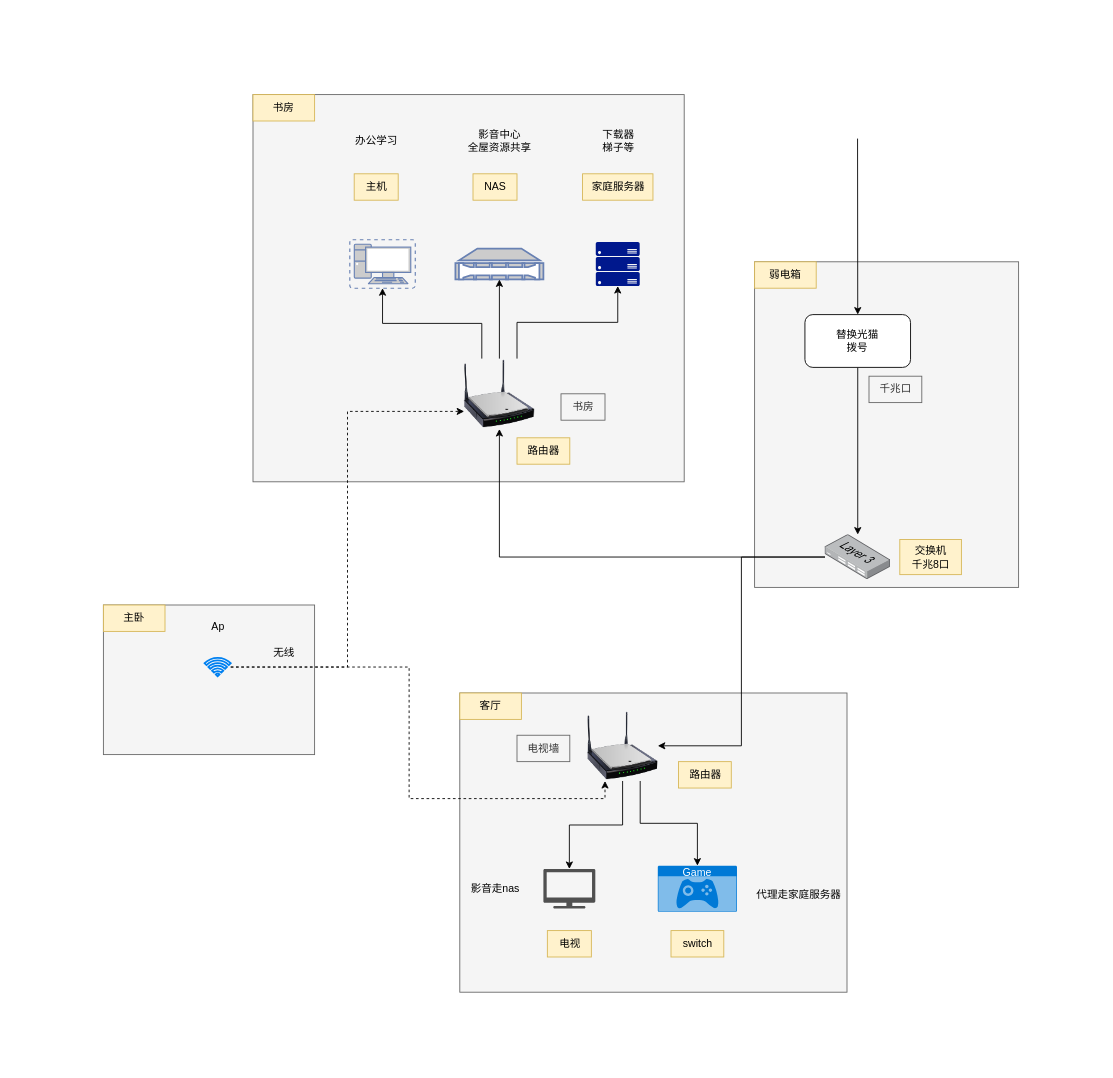
The draw.io diagram page "第 2 页" (2 of 2) of live.drawio in lovercode/drawio, before the edit. Source tidied: cells renumbered, new cells numbered last; positions are measured from the earlier drawing's top-left corner, leaving out a move shared by most shapes. Both pictures are drawn from the tidied source at 88%, with x=0, y=0 at pixel (103, 94).
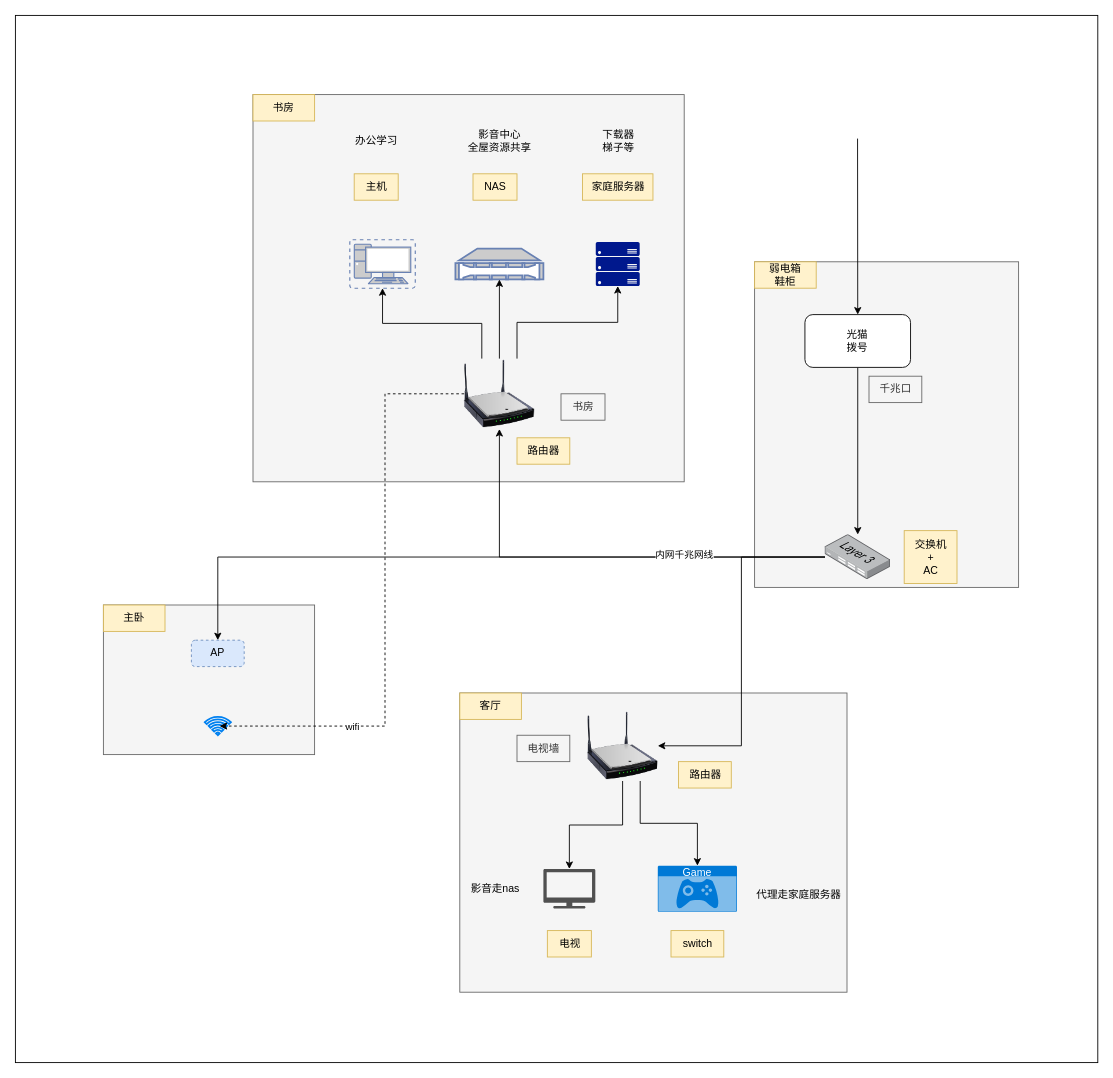
After the change.

Unchanged cells that the change refers to:
```xml
<mxCell id="8" style="image;points=[];html=1;align=center;shadow=0;dashed=0;image=img/lib/allied_telesis/switch/Switch_24_port_L3.svg;" parent="1" vertex="1">
  <mxGeometry x="820" y="500" width="74.4" height="51" as="geometry" />
</mxCell>
<mxCell id="12" style="image;html=1;image=img/lib/clip_art/networking/Wireless_Router_N_128x128.png;" parent="1" vertex="1">
  <mxGeometry x="550" y="700" width="80" height="80" as="geometry" />
</mxCell>
<mxCell id="18" style="image;html=1;image=img/lib/clip_art/networking/Wireless_Router_N_128x128.png;" parent="1" vertex="1">
  <mxGeometry x="410" y="300" width="80" height="80" as="geometry" />
</mxCell>
```

What changed in the source:
```diff
@@
+    <mxCell id="49" style="rounded=0;whiteSpace=wrap;html=1;" parent="1" vertex="1">
+      <mxGeometry x="-100" y="-90" width="1230" height="1190" as="geometry" />
+    </mxCell>
@@
+    <mxCell id="50" style="edgeStyle=orthogonalEdgeStyle;rounded=0;jettySize=auto;html=1;entryX=0.5;entryY=0;entryDx=0;entryDy=0;" parent="1" edge="1" source="8" target="54">
+      <mxGeometry relative="1" as="geometry" />
+    </mxCell>
+    <mxCell id="51" value="内网千兆网线" style="edgeLabel;html=1;align=center;verticalAlign=middle;" parent="50" vertex="1">
+      <mxGeometry x="-0.59" y="-3" relative="1" as="geometry" />
+    </mxCell>
@@
-    <mxCell id="9" value="交换机&lt;div&gt;千兆8口&lt;/div&gt;" style="text;html=1;align=center;verticalAlign=middle;strokeColor=#d6b656;fillColor=#fff2cc;" parent="1" vertex="1">
-      <mxGeometry x="905" y="505.5" width="70" height="40" as="geometry" />
+    <mxCell id="9" value="交换机&lt;div&gt;+&lt;/div&gt;&lt;div&gt;AC&lt;/div&gt;" style="text;html=1;align=center;verticalAlign=middle;strokeColor=#d6b656;fillColor=#fff2cc;" parent="1" vertex="1">
+      <mxGeometry x="910" y="495.5" width="60" height="60" as="geometry" />
     </mxCell>
@@
-    <mxCell id="14" value="替换光猫&lt;br&gt;&lt;div&gt;拨号&lt;/div&gt;" style="rounded=1;whiteSpace=wrap;html=1;" parent="1" vertex="1">
+    <mxCell id="14" value="光猫&lt;br&gt;拨号" style="rounded=1;whiteSpace=wrap;html=1;" parent="1" vertex="1">
       <mxGeometry x="797.2" y="250" width="120" height="60" as="geometry" />
     </mxCell>
@@
-    <mxCell id="24" style="edgeStyle=orthogonalEdgeStyle;rounded=0;jettySize=auto;html=1;entryX=0;entryY=0.75;entryDx=0;entryDy=0;dashed=1;" parent="1" edge="1" source="26" target="18">
-      <mxGeometry relative="1" as="geometry" />
-    </mxCell>
-    <mxCell id="25" style="edgeStyle=orthogonalEdgeStyle;rounded=0;jettySize=auto;html=1;entryX=0.25;entryY=1;entryDx=0;entryDy=0;dashed=1;" parent="1" edge="1" source="26" target="12">
-      <mxGeometry relative="1" as="geometry" />
-    </mxCell>
     <mxCell id="26" style="html=1;verticalLabelPosition=bottom;align=center;labelBackgroundColor=#ffffff;verticalAlign=top;strokeWidth=2;strokeColor=#0080F0;shadow=0;dashed=0;shape=mxgraph.ios7.icons.wifi;" parent="1" vertex="1">
-      <mxGeometry x="115" y="640" width="29.7" height="21" as="geometry" />
+      <mxGeometry x="115.2" y="707" width="29.7" height="21" as="geometry" />
     </mxCell>
-    <mxCell id="27" value="无线" style="text;html=1;align=center;verticalAlign=middle;strokeColor=none;fillColor=none;" parent="1" vertex="1">
-      <mxGeometry x="180" y="620" width="50" height="30" as="geometry" />
-    </mxCell>
@@
-    <mxCell id="43" value="Ap" style="text;html=1;align=center;verticalAlign=middle;strokeColor=none;fillColor=none;" parent="1" vertex="1">
-      <mxGeometry x="109.8" y="590" width="40" height="30" as="geometry" />
-    </mxCell>
-    <mxCell id="44" value="弱电箱" style="rounded=0;whiteSpace=wrap;html=1;fillColor=#fff2cc;strokeColor=#d6b656;" parent="1" vertex="1">
+    <mxCell id="44" value="弱电箱&lt;div&gt;鞋柜&lt;/div&gt;" style="rounded=0;whiteSpace=wrap;html=1;fillColor=#fff2cc;strokeColor=#d6b656;" parent="1" vertex="1">
       <mxGeometry x="740" y="190" width="70" height="30" as="geometry" />
     </mxCell>
@@
+    <mxCell id="52" style="edgeStyle=orthogonalEdgeStyle;rounded=0;jettySize=auto;html=1;entryX=0.569;entryY=0.504;entryDx=0;entryDy=0;entryPerimeter=0;dashed=1;" parent="1" edge="1" source="18" target="26">
+      <mxGeometry relative="1" as="geometry">
+        <Array as="points">
+          <mxPoint x="320" y="340" />
+          <mxPoint x="320" y="718" />
+        </Array>
+      </mxGeometry>
+    </mxCell>
+    <mxCell id="53" value="wifi" style="edgeLabel;html=1;align=center;verticalAlign=middle;" parent="52" vertex="1">
+      <mxGeometry x="0.54" relative="1" as="geometry" />
+    </mxCell>
+    <mxCell id="54" value="AP" style="rounded=1;whiteSpace=wrap;html=1;dashed=1;fillColor=#dae8fc;strokeColor=#6c8ebf;" parent="1" vertex="1">
+      <mxGeometry x="100" y="620" width="60" height="30" as="geometry" />
+    </mxCell>
```
